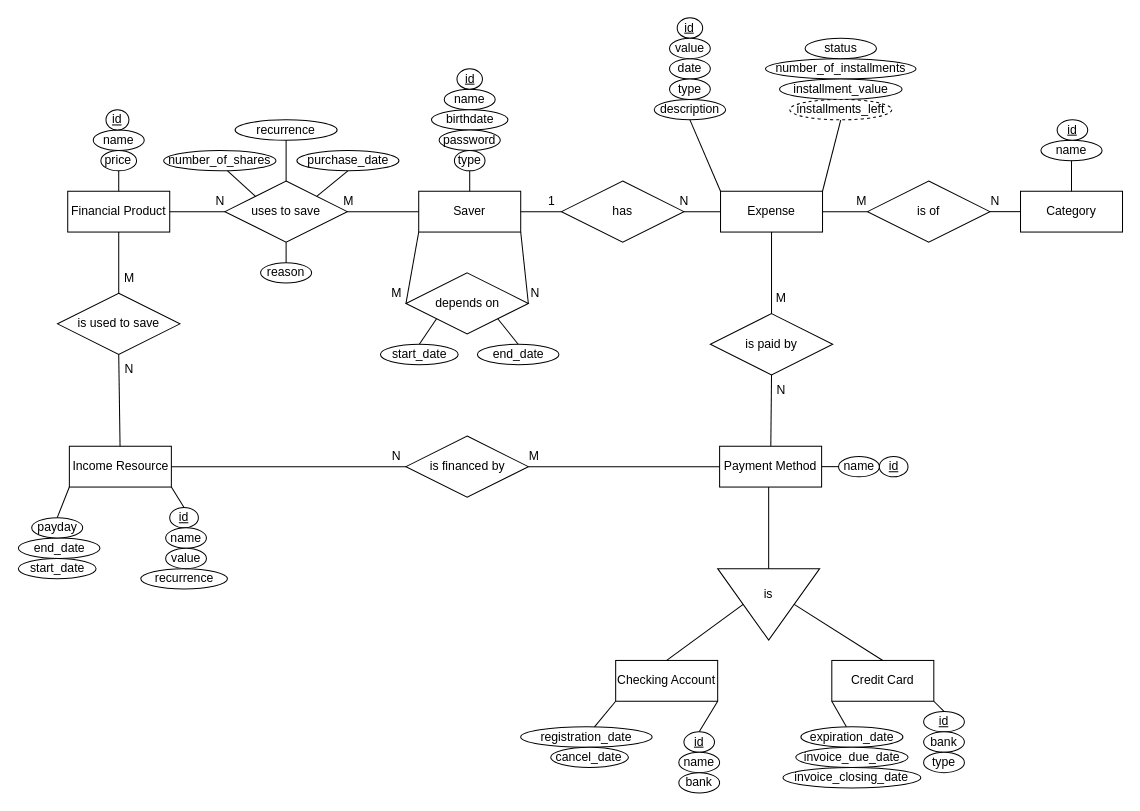
Above: Data/DataDiagrams/entityRelationship.drawio in giogvn/FinalProjectCTEDS (draw.io), before the change. Source tidied: cells renumbered, new cells numbered last; positions are measured from the earlier drawing's top-left corner, leaving out a move shared by most shapes. Both pictures are drawn from the tidied source at 102%, with x=0, y=0 at pixel (18, 17).
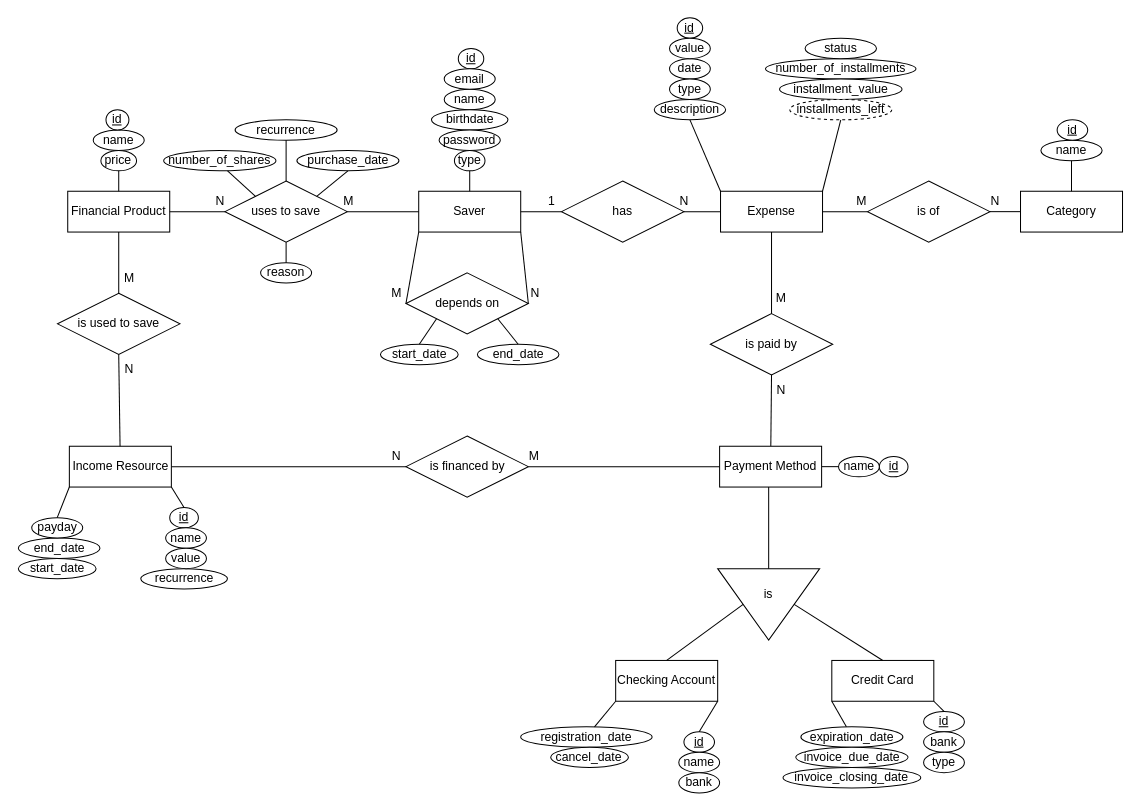
The same diagram, later.

The edit, as a diff of the source:
```diff
@@
     <mxCell id="10" value="id" style="ellipse;whiteSpace=wrap;html=1;align=center;fontStyle=4;" parent="1" vertex="1">
-      <mxGeometry x="429.5" y="50" width="25" height="20" as="geometry" />
+      <mxGeometry x="430.8" y="30" width="25" height="20" as="geometry" />
     </mxCell>
@@
+    <mxCell id="113" value="email" style="ellipse;whiteSpace=wrap;html=1;align=center;" parent="1" vertex="1">
+      <mxGeometry x="417" y="50" width="50" height="20" as="geometry" />
+    </mxCell>
```
